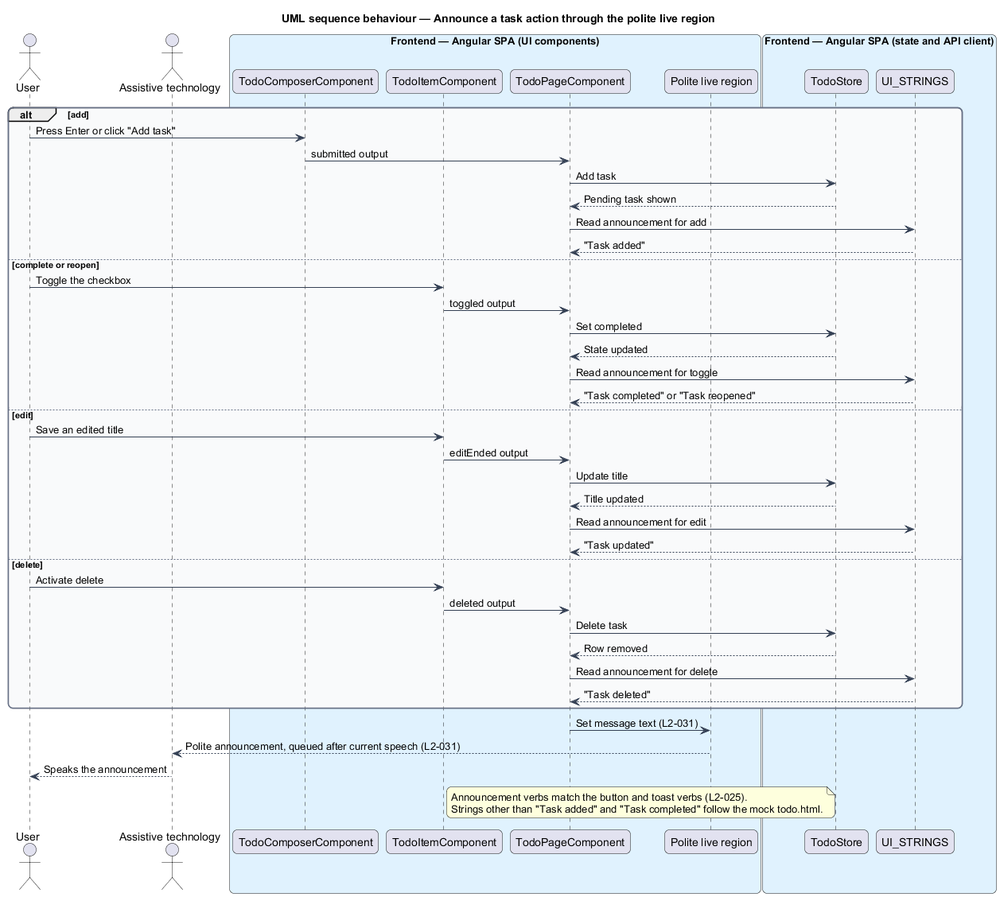
QuinntyneBrown/php-todo-lab keeps this PlantUML diagram as docs/detailed-designs/interface/accessible-interface/diagrams/sequence-announce-task-action.png. Above is the earlier version.
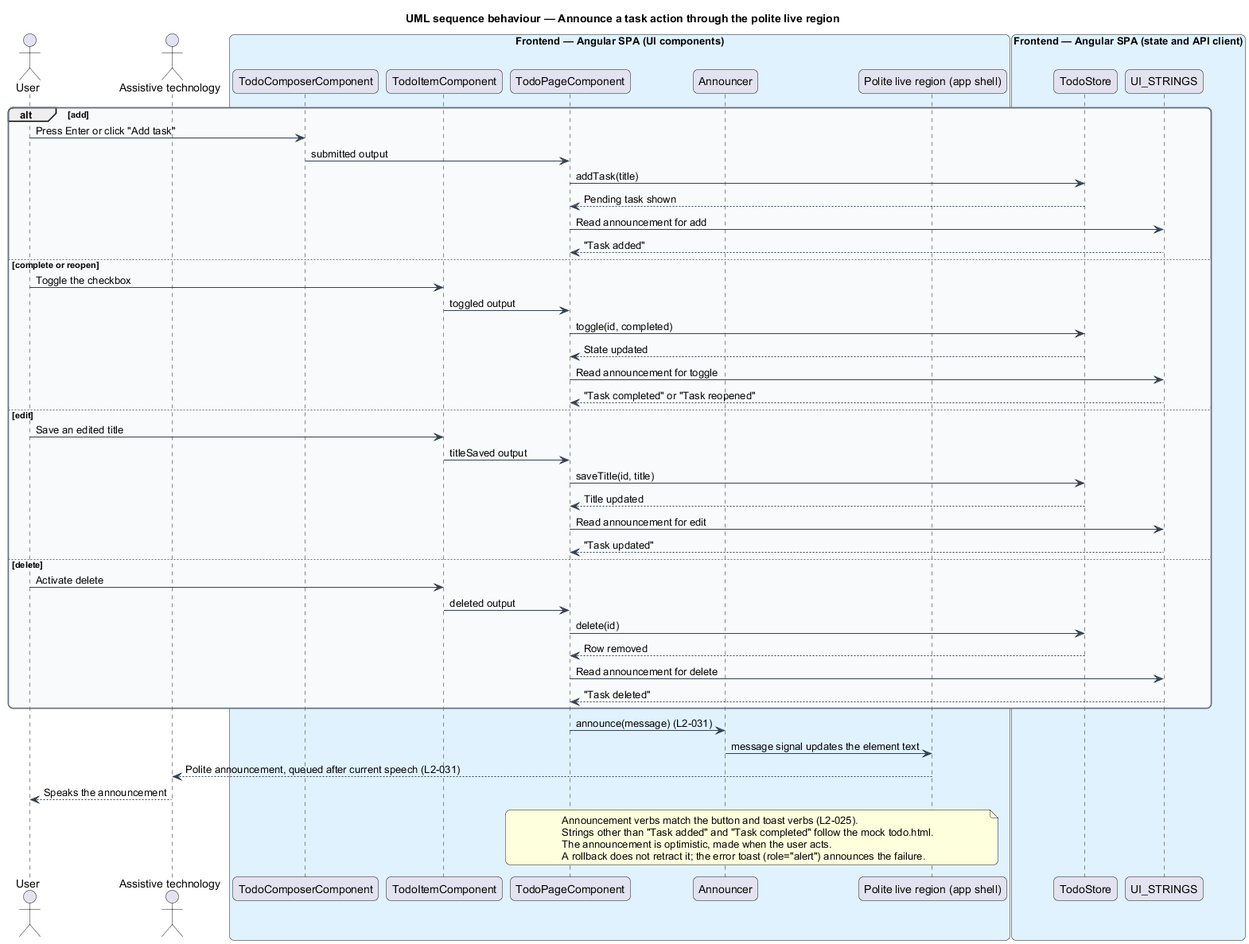
After the commit.

The edit, as a diff of the source:
```diff
@@ -20,7 +20,8 @@
   participant "TodoComposerComponent" as composer
   participant "TodoItemComponent" as item
   participant "TodoPageComponent" as page
-  participant "Polite live region" as live
+  participant "Announcer" as ann
+  participant "Polite live region (app shell)" as live
 end box
 box "Frontend — Angular SPA (state and API client)" #E0F2FE
   participant "TodoStore" as store
@@ -29,37 +30,40 @@
 alt add
   user -> composer : Press Enter or click "Add task"
   composer -> page : submitted output
-  page -> store : Add task
+  page -> store : addTask(title)
   store --> page : Pending task shown
   page -> strings : Read announcement for add
   strings --> page : "Task added"
 else complete or reopen
   user -> item : Toggle the checkbox
   item -> page : toggled output
-  page -> store : Set completed
+  page -> store : toggle(id, completed)
   store --> page : State updated
   page -> strings : Read announcement for toggle
   strings --> page : "Task completed" or "Task reopened"
 else edit
   user -> item : Save an edited title
-  item -> page : editEnded output
-  page -> store : Update title
+  item -> page : titleSaved output
+  page -> store : saveTitle(id, title)
   store --> page : Title updated
   page -> strings : Read announcement for edit
   strings --> page : "Task updated"
 else delete
   user -> item : Activate delete
   item -> page : deleted output
-  page -> store : Delete task
+  page -> store : delete(id)
   store --> page : Row removed
   page -> strings : Read announcement for delete
   strings --> page : "Task deleted"
 end
-page -> live : Set message text (L2-031)
+page -> ann : announce(message) (L2-031)
+ann -> live : message signal updates the element text
 live --> at : Polite announcement, queued after current speech (L2-031)
 at --> user : Speaks the announcement
 note over page, live
   Announcement verbs match the button and toast verbs (L2-025).
   Strings other than "Task added" and "Task completed" follow the mock todo.html.
+  The announcement is optimistic, made when the user acts.
+  A rollback does not retract it; the error toast (role="alert") announces the failure.
 end note
 @enduml
```
